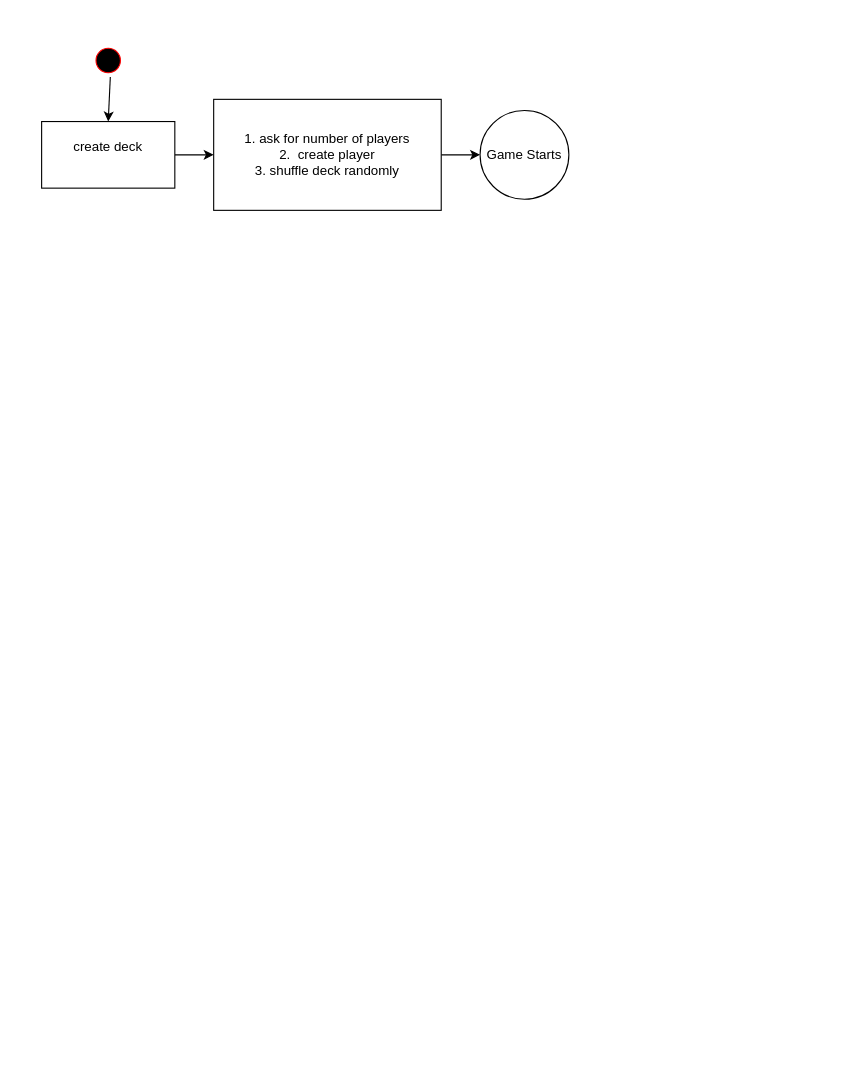
The draw.io diagram py/02_jose_portilla/milestone_project/02-war/war-flow-diagram.drawio in skryptx/ready-set-code, before the edit. Source tidied: cells renumbered, new cells numbered last; positions are measured from the earlier drawing's top-left corner, leaving out a move shared by most shapes. Both pictures are drawn from the tidied source at 111%, with x=0, y=0 at pixel (41, 43).
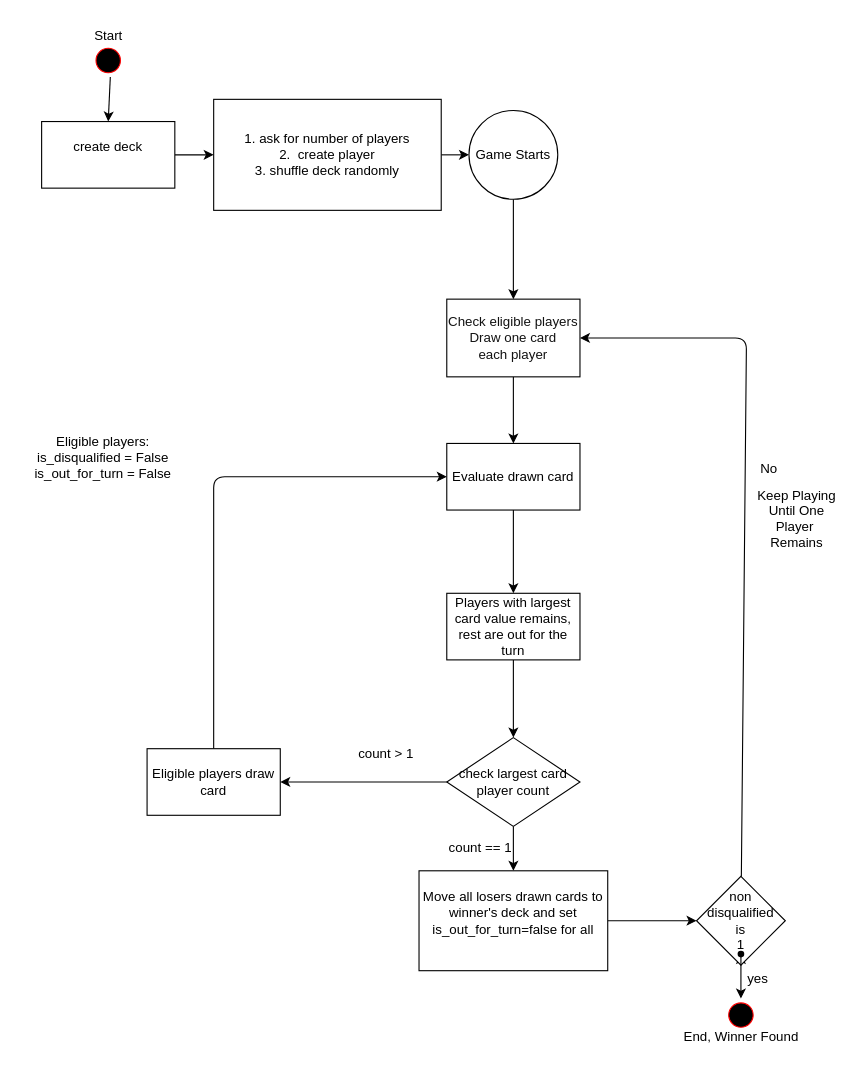
Above is the later version.

Commit message (it also covers changes not shown here):
feat(py): build logic to create players and distribute deck

The edit, as a diff of the source:
```diff
@@
+    <mxCell id="9" style="edgeStyle=none;html=1;" parent="1" edge="1" source="8" target="16">
+      <mxGeometry relative="1" as="geometry" />
+    </mxCell>
     <mxCell id="8" value="Game Starts" style="ellipse;whiteSpace=wrap;html=1;rounded=0;" parent="1" vertex="1">
-      <mxGeometry x="395" y="60" width="80" height="80" as="geometry" />
+      <mxGeometry x="385" y="60" width="80" height="80" as="geometry" />
     </mxCell>
+    <mxCell id="10" style="edgeStyle=none;html=1;" parent="1" edge="1" source="11" target="13">
+      <mxGeometry relative="1" as="geometry" />
+    </mxCell>
+    <mxCell id="11" value="Evaluate drawn card" style="whiteSpace=wrap;html=1;rounded=0;" parent="1" vertex="1">
+      <mxGeometry x="365" y="360" width="120" height="60" as="geometry" />
+    </mxCell>
+    <mxCell id="12" style="edgeStyle=none;html=1;" parent="1" edge="1" source="13" target="28">
+      <mxGeometry relative="1" as="geometry" />
+    </mxCell>
+    <mxCell id="13" value="Players with largest card value remains, rest are out for the turn" style="whiteSpace=wrap;html=1;rounded=0;" parent="1" vertex="1">
+      <mxGeometry x="365" y="495" width="120" height="60" as="geometry" />
+    </mxCell>
+    <mxCell id="14" value="Keep Playing&lt;div&gt;Until One&lt;/div&gt;&lt;div&gt;Player&amp;nbsp;&lt;/div&gt;&lt;div&gt;Remains&lt;/div&gt;&lt;div&gt;&lt;br&gt;&lt;/div&gt;" style="text;html=1;align=center;verticalAlign=middle;strokeColor=none;fillColor=none;" parent="1" vertex="1">
+      <mxGeometry x="635" y="390" width="90" height="90" as="geometry" />
+    </mxCell>
+    <mxCell id="15" style="edgeStyle=none;html=1;entryX=0.5;entryY=0;entryDx=0;entryDy=0;" parent="1" edge="1" source="16" target="11">
+      <mxGeometry relative="1" as="geometry" />
+    </mxCell>
+    <mxCell id="16" value="&lt;div&gt;&lt;font color=&quot;#121212&quot;&gt;&lt;span style=&quot;text-wrap-mode: nowrap;&quot;&gt;Check eligible players&lt;/span&gt;&lt;/font&gt;&lt;/div&gt;&lt;font color=&quot;#121212&quot;&gt;&lt;span style=&quot;text-wrap-mode: nowrap;&quot;&gt;Draw one card&lt;/span&gt;&lt;/font&gt;&lt;div&gt;&lt;font color=&quot;#121212&quot;&gt;&lt;span style=&quot;text-wrap-mode: nowrap;&quot;&gt;each player&lt;/span&gt;&lt;/font&gt;&lt;/div&gt;" style="whiteSpace=wrap;html=1;rounded=0;" parent="1" vertex="1">
+      <mxGeometry x="365" y="230" width="120" height="70" as="geometry" />
+    </mxCell>
+    <mxCell id="17" style="edgeStyle=none;html=1;" parent="1" edge="1" source="19" target="21">
+      <mxGeometry relative="1" as="geometry" />
+    </mxCell>
+    <mxCell id="18" style="edgeStyle=none;html=1;entryX=1;entryY=0.5;entryDx=0;entryDy=0;" parent="1" edge="1" source="19" target="16">
+      <mxGeometry relative="1" as="geometry">
+        <Array as="points">
+          <mxPoint x="635" y="265" />
+        </Array>
+      </mxGeometry>
+    </mxCell>
+    <mxCell id="19" value="&lt;div&gt;non&lt;/div&gt;disqualified&lt;div&gt;is&lt;/div&gt;&lt;div&gt;1&lt;/div&gt;" style="rhombus;whiteSpace=wrap;html=1;rounded=0;" parent="1" vertex="1">
+      <mxGeometry x="590" y="750" width="80" height="80" as="geometry" />
+    </mxCell>
+    <mxCell id="20" style="edgeStyle=none;html=1;entryX=0.5;entryY=0;entryDx=0;entryDy=0;" parent="1" edge="1" source="21" target="23">
+      <mxGeometry relative="1" as="geometry" />
+    </mxCell>
+    <mxCell id="21" style="shape=waypoint;sketch=0;size=6;points=[];fillColor=default;perimeter=centerPerimeter;snapToPoint=1;rounded=0;" parent="1" vertex="1">
+      <mxGeometry x="620" y="810" width="20" height="20" as="geometry" />
+    </mxCell>
+    <mxCell id="22" value="No" style="text;html=1;align=center;verticalAlign=middle;strokeColor=none;fillColor=none;" parent="1" vertex="1">
+      <mxGeometry x="635" y="368" width="40" height="30" as="geometry" />
+    </mxCell>
+    <mxCell id="23" style="ellipse;html=1;shape=startState;fillColor=#000000;strokeColor=#ff0000;" parent="1" vertex="1">
+      <mxGeometry x="615" y="860" width="30" height="30" as="geometry" />
+    </mxCell>
+    <mxCell id="24" value="Start" style="text;html=1;align=center;verticalAlign=middle;strokeColor=none;fillColor=none;" parent="1" vertex="1">
+      <mxGeometry x="35" y="-22" width="50" height="30" as="geometry" />
+    </mxCell>
+    <mxCell id="25" value="End, Winner Found" style="text;html=1;align=center;verticalAlign=middle;strokeColor=none;fillColor=none;" parent="1" vertex="1">
+      <mxGeometry x="565" y="880" width="130" height="30" as="geometry" />
+    </mxCell>
+    <mxCell id="26" style="edgeStyle=none;html=1;entryX=0.5;entryY=0;entryDx=0;entryDy=0;" parent="1" edge="1" source="28" target="31">
+      <mxGeometry relative="1" as="geometry" />
+    </mxCell>
+    <mxCell id="27" style="edgeStyle=none;html=1;" parent="1" edge="1" source="28">
+      <mxGeometry relative="1" as="geometry">
+        <mxPoint x="215" y="665" as="targetPoint" />
+      </mxGeometry>
+    </mxCell>
+    <mxCell id="28" value="check largest card player count" style="rhombus;whiteSpace=wrap;html=1;rounded=0;" parent="1" vertex="1">
+      <mxGeometry x="365" y="625" width="120" height="80" as="geometry" />
+    </mxCell>
+    <mxCell id="29" value="&amp;nbsp; &amp;nbsp; &amp;nbsp; count == 1" style="text;html=1;align=center;verticalAlign=middle;strokeColor=none;fillColor=none;" parent="1" vertex="1">
+      <mxGeometry x="335" y="710" width="100" height="30" as="geometry" />
+    </mxCell>
+    <mxCell id="30" style="edgeStyle=none;html=1;" parent="1" edge="1" source="31" target="19">
+      <mxGeometry relative="1" as="geometry" />
+    </mxCell>
+    <mxCell id="31" value="Move all losers drawn cards to winner's deck and set is_out_for_turn=false for all&lt;div&gt;&lt;br&gt;&lt;/div&gt;" style="whiteSpace=wrap;html=1;" parent="1" vertex="1">
+      <mxGeometry x="340" y="745" width="170" height="90" as="geometry" />
+    </mxCell>
+    <mxCell id="32" value="&amp;nbsp; &amp;nbsp; &amp;nbsp; &amp;nbsp; &amp;nbsp;count &amp;gt; 1" style="text;html=1;align=center;verticalAlign=middle;strokeColor=none;fillColor=none;" parent="1" vertex="1">
+      <mxGeometry x="245" y="625" width="100" height="30" as="geometry" />
+    </mxCell>
+    <mxCell id="33" value="Eligible players:&lt;div&gt;is_disqualified = False&lt;/div&gt;&lt;div&gt;is_out_for_turn = False&lt;/div&gt;" style="text;html=1;align=center;verticalAlign=middle;strokeColor=none;fillColor=none;" parent="1" vertex="1">
+      <mxGeometry x="-20" y="343" width="150" height="60" as="geometry" />
+    </mxCell>
+    <mxCell id="34" value="yes" style="text;html=1;align=center;verticalAlign=middle;strokeColor=none;fillColor=none;" parent="1" vertex="1">
+      <mxGeometry x="625" y="828" width="40" height="30" as="geometry" />
+    </mxCell>
+    <mxCell id="35" style="edgeStyle=none;html=1;entryX=0;entryY=0.5;entryDx=0;entryDy=0;" parent="1" edge="1" source="36" target="11">
+      <mxGeometry relative="1" as="geometry">
+        <Array as="points">
+          <mxPoint x="155" y="390" />
+        </Array>
+      </mxGeometry>
+    </mxCell>
+    <mxCell id="36" value="Eligible players draw card" style="whiteSpace=wrap;html=1;" parent="1" vertex="1">
+      <mxGeometry x="95" y="635" width="120" height="60" as="geometry" />
+    </mxCell>
```
